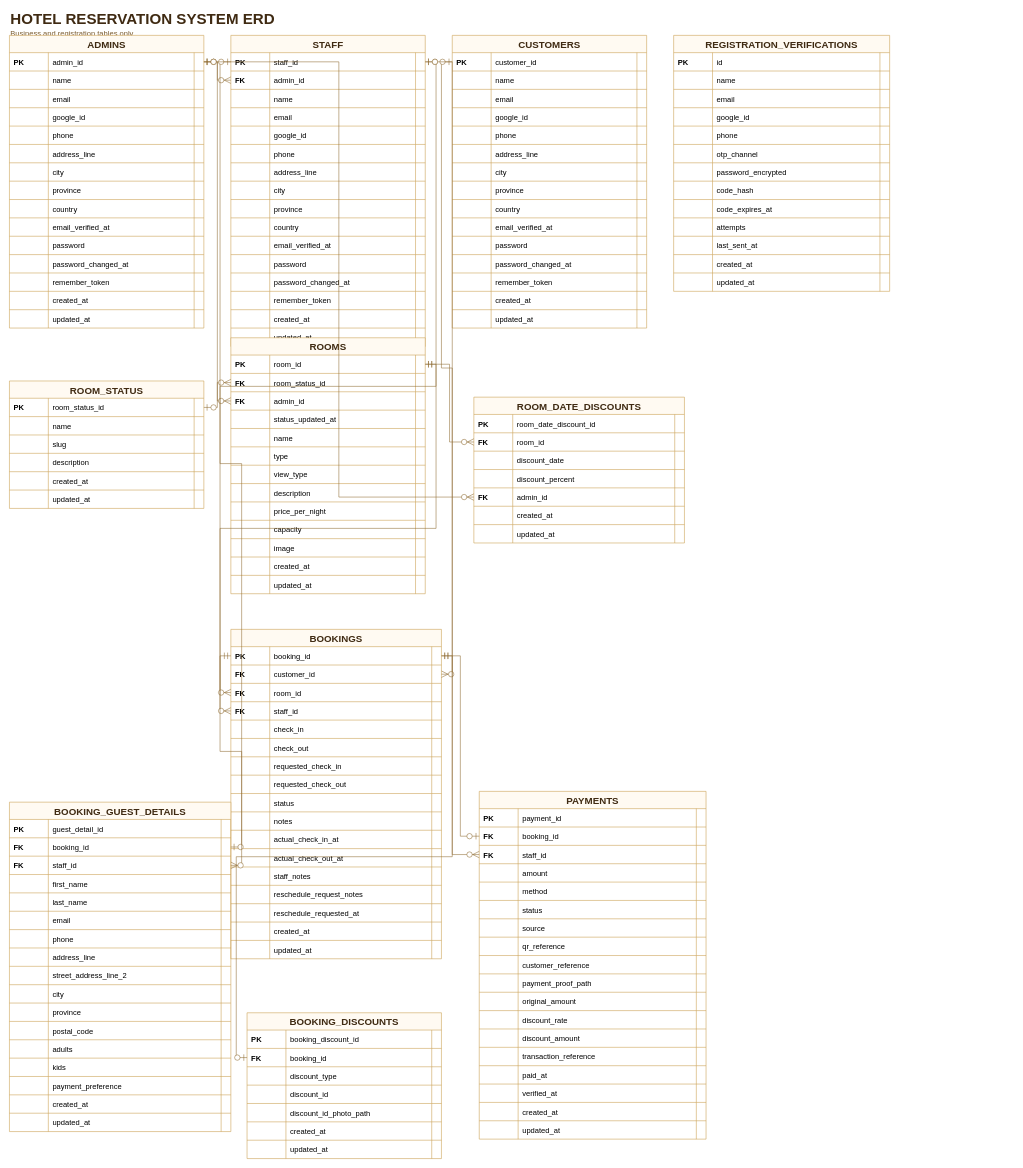
This is erd-f.fixed.drawio from estaypsu-glitch/GrandLionHotel, a draw.io file, before an edit. Source tidied: cells renumbered, new cells numbered last; positions are measured from the earlier drawing's top-left corner, leaving out a move shared by most shapes. Both pictures are drawn from the tidied source at 54%, with x=0, y=0 at pixel (9, 9).
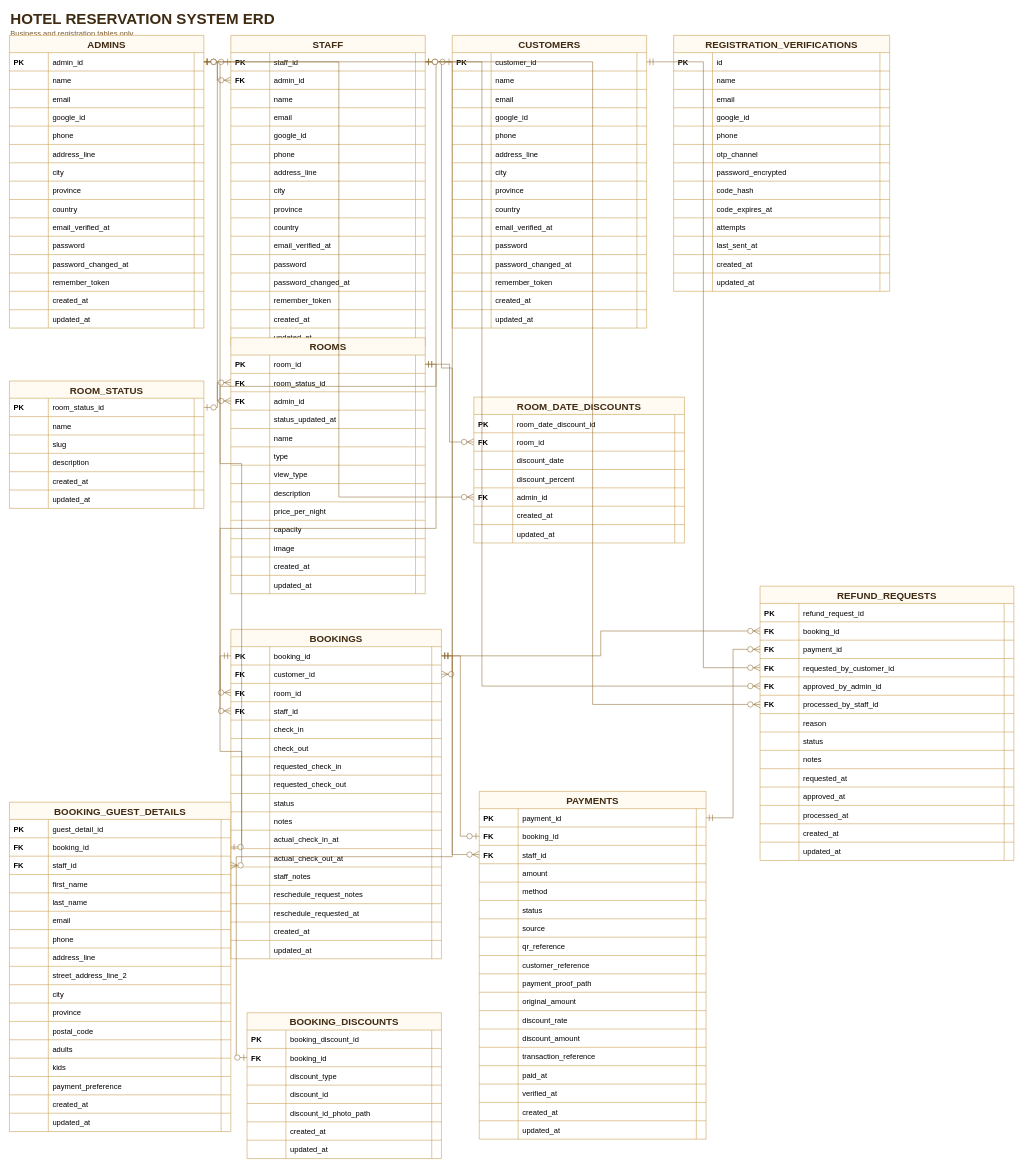
The same page after the edit.

The change refers to these unchanged cells:
```xml
<mxCell id="5" style="shape=tableRow;horizontal=0;startSize=0;swimlaneHead=0;swimlaneBody=0;fillColor=none;points=[[0,0.5],[1,0.5]];portConstraint=eastwest;top=0;left=0;right=0;bottom=0;fontSize=15;" parent="4" vertex="1">
  <mxGeometry y="32" width="360" height="34" as="geometry" />
</mxCell>
<mxCell id="66" style="shape=tableRow;horizontal=0;startSize=0;swimlaneHead=0;swimlaneBody=0;fillColor=none;points=[[0,0.5],[1,0.5]];portConstraint=eastwest;top=0;left=0;right=0;bottom=0;fontSize=15;" parent="65" vertex="1">
  <mxGeometry y="32" width="360" height="34" as="geometry" />
</mxCell>
<mxCell id="131" style="shape=tableRow;horizontal=0;startSize=0;swimlaneHead=0;swimlaneBody=0;fillColor=none;points=[[0,0.5],[1,0.5]];portConstraint=eastwest;top=0;left=0;right=0;bottom=0;fontSize=15;" parent="130" vertex="1">
  <mxGeometry y="32" width="360" height="34" as="geometry" />
</mxCell>
<mxCell id="352" style="shape=tableRow;horizontal=0;startSize=0;swimlaneHead=0;swimlaneBody=0;fillColor=none;points=[[0,0.5],[1,0.5]];portConstraint=eastwest;top=0;left=0;right=0;bottom=0;fontSize=15;" parent="351" vertex="1">
  <mxGeometry y="32" width="390" height="34" as="geometry" />
</mxCell>
<mxCell id="519" style="shape=tableRow;horizontal=0;startSize=0;swimlaneHead=0;swimlaneBody=0;fillColor=none;points=[[0,0.5],[1,0.5]];portConstraint=eastwest;top=0;left=0;right=0;bottom=0;fontSize=15;" parent="518" vertex="1">
  <mxGeometry y="32" width="420" height="34" as="geometry" />
</mxCell>
```

Change to the diagram source:
```diff
@@
+    <mxCell id="604" value="REFUND_REQUESTS" style="shape=table;startSize=32;childLayout=tableLayout;rowLines=1;fontStyle=1;align=center;fillColor=#fffaf2;strokeColor=#c79a4a;fontColor=#3f2a12;fontSize=18;" parent="1" vertex="1">
+      <mxGeometry x="1390" y="1068" width="470" height="508" as="geometry" />
+    </mxCell>
+    <mxCell id="605" style="shape=tableRow;horizontal=0;startSize=0;swimlaneHead=0;swimlaneBody=0;fillColor=none;top=0;left=0;right=0;bottom=0;fontSize=15;" parent="604" vertex="1">
+      <mxGeometry y="32" width="470" height="34" as="geometry" />
+    </mxCell>
+    <mxCell id="606" value="PK" style="shape=partialRectangle;fillColor=none;top=0;left=0;bottom=0;right=0;align=left;spacingLeft=6;overflow=hidden;fontSize=14;fontStyle=1;" parent="605" vertex="1">
+      <mxGeometry width="72" height="34" as="geometry" />
+    </mxCell>
+    <mxCell id="607" value="refund_request_id" style="shape=partialRectangle;fillColor=none;top=0;left=0;bottom=0;right=0;align=left;spacingLeft=6;overflow=hidden;fontSize=14;" parent="605" vertex="1">
+      <mxGeometry x="72" width="380" height="34" as="geometry" />
+    </mxCell>
+    <mxCell id="608" style="shape=partialRectangle;fillColor=none;top=0;left=0;bottom=0;right=0;align=left;spacingLeft=2;overflow=hidden;fontSize=14;" parent="605" vertex="1">
+      <mxGeometry x="452" width="18" height="34" as="geometry" />
+    </mxCell>
+    <mxCell id="609" style="shape=tableRow;horizontal=0;startSize=0;swimlaneHead=0;swimlaneBody=0;fillColor=none;points=[[0,0.5],[1,0.5]];portConstraint=eastwest;top=0;left=0;right=0;bottom=0;fontSize=15;" parent="604" vertex="1">
+      <mxGeometry y="66" width="470" height="34" as="geometry" />
+    </mxCell>
+    <mxCell id="610" value="FK" style="shape=partialRectangle;fillColor=none;top=0;left=0;bottom=0;right=0;align=left;spacingLeft=6;overflow=hidden;fontSize=14;fontStyle=1;" parent="609" vertex="1">
+      <mxGeometry width="72" height="34" as="geometry" />
+    </mxCell>
+    <mxCell id="611" value="booking_id" style="shape=partialRectangle;fillColor=none;top=0;left=0;bottom=0;right=0;align=left;spacingLeft=6;overflow=hidden;fontSize=14;" parent="609" vertex="1">
+      <mxGeometry x="72" width="380" height="34" as="geometry" />
+    </mxCell>
+    <mxCell id="612" style="shape=partialRectangle;fillColor=none;top=0;left=0;bottom=0;right=0;align=left;spacingLeft=2;overflow=hidden;fontSize=14;" parent="609" vertex="1">
+      <mxGeometry x="452" width="18" height="34" as="geometry" />
+    </mxCell>
+    <mxCell id="613" style="shape=tableRow;horizontal=0;startSize=0;swimlaneHead=0;swimlaneBody=0;fillColor=none;points=[[0,0.5],[1,0.5]];portConstraint=eastwest;top=0;left=0;right=0;bottom=0;fontSize=15;" parent="604" vertex="1">
+      <mxGeometry y="100" width="470" height="34" as="geometry" />
+    </mxCell>
+    <mxCell id="614" value="FK" style="shape=partialRectangle;fillColor=none;top=0;left=0;bottom=0;right=0;align=left;spacingLeft=6;overflow=hidden;fontSize=14;fontStyle=1;" parent="613" vertex="1">
+      <mxGeometry width="72" height="34" as="geometry" />
+    </mxCell>
+    <mxCell id="615" value="payment_id" style="shape=partialRectangle;fillColor=none;top=0;left=0;bottom=0;right=0;align=left;spacingLeft=6;overflow=hidden;fontSize=14;" parent="613" vertex="1">
+      <mxGeometry x="72" width="380" height="34" as="geometry" />
+    </mxCell>
+    <mxCell id="616" style="shape=partialRectangle;fillColor=none;top=0;left=0;bottom=0;right=0;align=left;spacingLeft=2;overflow=hidden;fontSize=14;" parent="613" vertex="1">
+      <mxGeometry x="452" width="18" height="34" as="geometry" />
+    </mxCell>
+    <mxCell id="617" style="shape=tableRow;horizontal=0;startSize=0;swimlaneHead=0;swimlaneBody=0;fillColor=none;points=[[0,0.5],[1,0.5]];portConstraint=eastwest;top=0;left=0;right=0;bottom=0;fontSize=15;" parent="604" vertex="1">
+      <mxGeometry y="134" width="470" height="34" as="geometry" />
+    </mxCell>
+    <mxCell id="618" value="FK" style="shape=partialRectangle;fillColor=none;top=0;left=0;bottom=0;right=0;align=left;spacingLeft=6;overflow=hidden;fontSize=14;fontStyle=1;" parent="617" vertex="1">
+      <mxGeometry width="72" height="34" as="geometry" />
+    </mxCell>
+    <mxCell id="619" value="requested_by_customer_id" style="shape=partialRectangle;fillColor=none;top=0;left=0;bottom=0;right=0;align=left;spacingLeft=6;overflow=hidden;fontSize=14;" parent="617" vertex="1">
+      <mxGeometry x="72" width="380" height="34" as="geometry" />
+    </mxCell>
+    <mxCell id="620" style="shape=partialRectangle;fillColor=none;top=0;left=0;bottom=0;right=0;align=left;spacingLeft=2;overflow=hidden;fontSize=14;" parent="617" vertex="1">
+      <mxGeometry x="452" width="18" height="34" as="geometry" />
+    </mxCell>
+    <mxCell id="621" style="shape=tableRow;horizontal=0;startSize=0;swimlaneHead=0;swimlaneBody=0;fillColor=none;points=[[0,0.5],[1,0.5]];portConstraint=eastwest;top=0;left=0;right=0;bottom=0;fontSize=15;" parent="604" vertex="1">
+      <mxGeometry y="168" width="470" height="34" as="geometry" />
+    </mxCell>
+    <mxCell id="622" value="FK" style="shape=partialRectangle;fillColor=none;top=0;left=0;bottom=0;right=0;align=left;spacingLeft=6;overflow=hidden;fontSize=14;fontStyle=1;" parent="621" vertex="1">
+      <mxGeometry width="72" height="34" as="geometry" />
+    </mxCell>
+    <mxCell id="623" value="approved_by_admin_id" style="shape=partialRectangle;fillColor=none;top=0;left=0;bottom=0;right=0;align=left;spacingLeft=6;overflow=hidden;fontSize=14;" parent="621" vertex="1">
+      <mxGeometry x="72" width="380" height="34" as="geometry" />
+    </mxCell>
+    <mxCell id="624" style="shape=partialRectangle;fillColor=none;top=0;left=0;bottom=0;right=0;align=left;spacingLeft=2;overflow=hidden;fontSize=14;" parent="621" vertex="1">
+      <mxGeometry x="452" width="18" height="34" as="geometry" />
+    </mxCell>
+    <mxCell id="625" style="shape=tableRow;horizontal=0;startSize=0;swimlaneHead=0;swimlaneBody=0;fillColor=none;points=[[0,0.5],[1,0.5]];portConstraint=eastwest;top=0;left=0;right=0;bottom=0;fontSize=15;" parent="604" vertex="1">
+      <mxGeometry y="202" width="470" height="34" as="geometry" />
+    </mxCell>
+    <mxCell id="626" value="FK" style="shape=partialRectangle;fillColor=none;top=0;left=0;bottom=0;right=0;align=left;spacingLeft=6;overflow=hidden;fontSize=14;fontStyle=1;" parent="625" vertex="1">
+      <mxGeometry width="72" height="34" as="geometry" />
+    </mxCell>
+    <mxCell id="627" value="processed_by_staff_id" style="shape=partialRectangle;fillColor=none;top=0;left=0;bottom=0;right=0;align=left;spacingLeft=6;overflow=hidden;fontSize=14;" parent="625" vertex="1">
+      <mxGeometry x="72" width="380" height="34" as="geometry" />
+    </mxCell>
+    <mxCell id="628" style="shape=partialRectangle;fillColor=none;top=0;left=0;bottom=0;right=0;align=left;spacingLeft=2;overflow=hidden;fontSize=14;" parent="625" vertex="1">
+      <mxGeometry x="452" width="18" height="34" as="geometry" />
+    </mxCell>
+    <mxCell id="629" style="shape=tableRow;horizontal=0;startSize=0;swimlaneHead=0;swimlaneBody=0;fillColor=none;top=0;left=0;right=0;bottom=0;fontSize=15;" parent="604" vertex="1">
+      <mxGeometry y="236" width="470" height="34" as="geometry" />
+    </mxCell>
+    <mxCell id="630" style="shape=partialRectangle;fillColor=none;top=0;left=0;bottom=0;right=0;align=left;spacingLeft=6;overflow=hidden;fontSize=14;fontStyle=1;" parent="629" vertex="1">
+      <mxGeometry width="72" height="34" as="geometry" />
+    </mxCell>
+    <mxCell id="631" value="reason" style="shape=partialRectangle;fillColor=none;top=0;left=0;bottom=0;right=0;align=left;spacingLeft=6;overflow=hidden;fontSize=14;" parent="629" vertex="1">
+      <mxGeometry x="72" width="380" height="34" as="geometry" />
+    </mxCell>
+    <mxCell id="632" style="shape=partialRectangle;fillColor=none;top=0;left=0;bottom=0;right=0;align=left;spacingLeft=2;overflow=hidden;fontSize=14;" parent="629" vertex="1">
+      <mxGeometry x="452" width="18" height="34" as="geometry" />
+    </mxCell>
+    <mxCell id="633" style="shape=tableRow;horizontal=0;startSize=0;swimlaneHead=0;swimlaneBody=0;fillColor=none;top=0;left=0;right=0;bottom=0;fontSize=15;" parent="604" vertex="1">
+      <mxGeometry y="270" width="470" height="34" as="geometry" />
+    </mxCell>
+    <mxCell id="634" style="shape=partialRectangle;fillColor=none;top=0;left=0;bottom=0;right=0;align=left;spacingLeft=6;overflow=hidden;fontSize=14;fontStyle=1;" parent="633" vertex="1">
+      <mxGeometry width="72" height="34" as="geometry" />
+    </mxCell>
+    <mxCell id="635" value="status" style="shape=partialRectangle;fillColor=none;top=0;left=0;bottom=0;right=0;align=left;spacingLeft=6;overflow=hidden;fontSize=14;" parent="633" vertex="1">
+      <mxGeometry x="72" width="380" height="34" as="geometry" />
+    </mxCell>
+    <mxCell id="636" style="shape=partialRectangle;fillColor=none;top=0;left=0;bottom=0;right=0;align=left;spacingLeft=2;overflow=hidden;fontSize=14;" parent="633" vertex="1">
+      <mxGeometry x="452" width="18" height="34" as="geometry" />
+    </mxCell>
+    <mxCell id="637" style="shape=tableRow;horizontal=0;startSize=0;swimlaneHead=0;swimlaneBody=0;fillColor=none;top=0;left=0;right=0;bottom=0;fontSize=15;" parent="604" vertex="1">
+      <mxGeometry y="304" width="470" height="34" as="geometry" />
+    </mxCell>
+    <mxCell id="638" style="shape=partialRectangle;fillColor=none;top=0;left=0;bottom=0;right=0;align=left;spacingLeft=6;overflow=hidden;fontSize=14;fontStyle=1;" parent="637" vertex="1">
+      <mxGeometry width="72" height="34" as="geometry" />
+    </mxCell>
+    <mxCell id="639" value="notes" style="shape=partialRectangle;fillColor=none;top=0;left=0;bottom=0;right=0;align=left;spacingLeft=6;overflow=hidden;fontSize=14;" parent="637" vertex="1">
+      <mxGeometry x="72" width="380" height="34" as="geometry" />
+    </mxCell>
+    <mxCell id="640" style="shape=partialRectangle;fillColor=none;top=0;left=0;bottom=0;right=0;align=left;spacingLeft=2;overflow=hidden;fontSize=14;" parent="637" vertex="1">
+      <mxGeometry x="452" width="18" height="34" as="geometry" />
+    </mxCell>
+    <mxCell id="641" style="shape=tableRow;horizontal=0;startSize=0;swimlaneHead=0;swimlaneBody=0;fillColor=none;top=0;left=0;right=0;bottom=0;fontSize=15;" parent="604" vertex="1">
+      <mxGeometry y="338" width="470" height="34" as="geometry" />
+    </mxCell>
+    <mxCell id="642" style="shape=partialRectangle;fillColor=none;top=0;left=0;bottom=0;right=0;align=left;spacingLeft=6;overflow=hidden;fontSize=14;fontStyle=1;" parent="641" vertex="1">
+      <mxGeometry width="72" height="34" as="geometry" />
+    </mxCell>
+    <mxCell id="643" value="requested_at" style="shape=partialRectangle;fillColor=none;top=0;left=0;bottom=0;right=0;align=left;spacingLeft=6;overflow=hidden;fontSize=14;" parent="641" vertex="1">
+      <mxGeometry x="72" width="380" height="34" as="geometry" />
+    </mxCell>
+    <mxCell id="644" style="shape=partialRectangle;fillColor=none;top=0;left=0;bottom=0;right=0;align=left;spacingLeft=2;overflow=hidden;fontSize=14;" parent="641" vertex="1">
+      <mxGeometry x="452" width="18" height="34" as="geometry" />
+    </mxCell>
+    <mxCell id="645" style="shape=tableRow;horizontal=0;startSize=0;swimlaneHead=0;swimlaneBody=0;fillColor=none;top=0;left=0;right=0;bottom=0;fontSize=15;" parent="604" vertex="1">
+      <mxGeometry y="372" width="470" height="34" as="geometry" />
+    </mxCell>
+    <mxCell id="646" style="shape=partialRectangle;fillColor=none;top=0;left=0;bottom=0;right=0;align=left;spacingLeft=6;overflow=hidden;fontSize=14;fontStyle=1;" parent="645" vertex="1">
+      <mxGeometry width="72" height="34" as="geometry" />
+    </mxCell>
+    <mxCell id="647" value="approved_at" style="shape=partialRectangle;fillColor=none;top=0;left=0;bottom=0;right=0;align=left;spacingLeft=6;overflow=hidden;fontSize=14;" parent="645" vertex="1">
+      <mxGeometry x="72" width="380" height="34" as="geometry" />
+    </mxCell>
+    <mxCell id="648" style="shape=partialRectangle;fillColor=none;top=0;left=0;bottom=0;right=0;align=left;spacingLeft=2;overflow=hidden;fontSize=14;" parent="645" vertex="1">
+      <mxGeometry x="452" width="18" height="34" as="geometry" />
+    </mxCell>
+    <mxCell id="649" style="shape=tableRow;horizontal=0;startSize=0;swimlaneHead=0;swimlaneBody=0;fillColor=none;top=0;left=0;right=0;bottom=0;fontSize=15;" parent="604" vertex="1">
+      <mxGeometry y="406" width="470" height="34" as="geometry" />
+    </mxCell>
+    <mxCell id="650" style="shape=partialRectangle;fillColor=none;top=0;left=0;bottom=0;right=0;align=left;spacingLeft=6;overflow=hidden;fontSize=14;fontStyle=1;" parent="649" vertex="1">
+      <mxGeometry width="72" height="34" as="geometry" />
+    </mxCell>
+    <mxCell id="651" value="processed_at" style="shape=partialRectangle;fillColor=none;top=0;left=0;bottom=0;right=0;align=left;spacingLeft=6;overflow=hidden;fontSize=14;" parent="649" vertex="1">
+      <mxGeometry x="72" width="380" height="34" as="geometry" />
+    </mxCell>
+    <mxCell id="652" style="shape=partialRectangle;fillColor=none;top=0;left=0;bottom=0;right=0;align=left;spacingLeft=2;overflow=hidden;fontSize=14;" parent="649" vertex="1">
+      <mxGeometry x="452" width="18" height="34" as="geometry" />
+    </mxCell>
+    <mxCell id="653" style="shape=tableRow;horizontal=0;startSize=0;swimlaneHead=0;swimlaneBody=0;fillColor=none;top=0;left=0;right=0;bottom=0;fontSize=15;" parent="604" vertex="1">
+      <mxGeometry y="440" width="470" height="34" as="geometry" />
+    </mxCell>
+    <mxCell id="654" style="shape=partialRectangle;fillColor=none;top=0;left=0;bottom=0;right=0;align=left;spacingLeft=6;overflow=hidden;fontSize=14;fontStyle=1;" parent="653" vertex="1">
+      <mxGeometry width="72" height="34" as="geometry" />
+    </mxCell>
+    <mxCell id="655" value="created_at" style="shape=partialRectangle;fillColor=none;top=0;left=0;bottom=0;right=0;align=left;spacingLeft=6;overflow=hidden;fontSize=14;" parent="653" vertex="1">
+      <mxGeometry x="72" width="380" height="34" as="geometry" />
+    </mxCell>
+    <mxCell id="656" style="shape=partialRectangle;fillColor=none;top=0;left=0;bottom=0;right=0;align=left;spacingLeft=2;overflow=hidden;fontSize=14;" parent="653" vertex="1">
+      <mxGeometry x="452" width="18" height="34" as="geometry" />
+    </mxCell>
+    <mxCell id="657" style="shape=tableRow;horizontal=0;startSize=0;swimlaneHead=0;swimlaneBody=0;fillColor=none;top=0;left=0;right=0;bottom=0;fontSize=15;" parent="604" vertex="1">
+      <mxGeometry y="474" width="470" height="34" as="geometry" />
+    </mxCell>
+    <mxCell id="658" style="shape=partialRectangle;fillColor=none;top=0;left=0;bottom=0;right=0;align=left;spacingLeft=6;overflow=hidden;fontSize=14;fontStyle=1;" parent="657" vertex="1">
+      <mxGeometry width="72" height="34" as="geometry" />
+    </mxCell>
+    <mxCell id="659" value="updated_at" style="shape=partialRectangle;fillColor=none;top=0;left=0;bottom=0;right=0;align=left;spacingLeft=6;overflow=hidden;fontSize=14;" parent="657" vertex="1">
+      <mxGeometry x="72" width="380" height="34" as="geometry" />
+    </mxCell>
+    <mxCell id="660" style="shape=partialRectangle;fillColor=none;top=0;left=0;bottom=0;right=0;align=left;spacingLeft=2;overflow=hidden;fontSize=14;" parent="657" vertex="1">
+      <mxGeometry x="452" width="18" height="34" as="geometry" />
+    </mxCell>
+    <mxCell id="661" style="startArrow=ERmandOne;startSize=10;endArrow=ERzeroToMany;endSize=10;rounded=0;jettySize=auto;html=1;edgeStyle=orthogonalEdgeStyle;strokeColor=#8d6a31;" parent="1" edge="1" source="352" target="609">
+      <mxGeometry relative="1" as="geometry" />
+    </mxCell>
+    <mxCell id="662" style="startArrow=ERmandOne;startSize=10;endArrow=ERzeroToMany;endSize=10;rounded=0;jettySize=auto;html=1;edgeStyle=orthogonalEdgeStyle;strokeColor=#8d6a31;" parent="1" edge="1" source="519" target="613">
+      <mxGeometry relative="1" as="geometry" />
+    </mxCell>
+    <mxCell id="663" style="startArrow=ERmandOne;startSize=10;endArrow=ERzeroToMany;endSize=10;rounded=0;jettySize=auto;html=1;edgeStyle=orthogonalEdgeStyle;strokeColor=#8d6a31;" parent="1" edge="1" source="131" target="617">
+      <mxGeometry relative="1" as="geometry" />
+    </mxCell>
+    <mxCell id="664" style="startArrow=ERzeroToOne;startSize=10;endArrow=ERzeroToMany;endSize=10;rounded=0;jettySize=auto;html=1;edgeStyle=orthogonalEdgeStyle;strokeColor=#8d6a31;" parent="1" edge="1" source="5" target="621">
+      <mxGeometry relative="1" as="geometry" />
+    </mxCell>
+    <mxCell id="665" style="startArrow=ERzeroToOne;startSize=10;endArrow=ERzeroToMany;endSize=10;rounded=0;jettySize=auto;html=1;edgeStyle=orthogonalEdgeStyle;strokeColor=#8d6a31;" parent="1" edge="1" source="66" target="625">
+      <mxGeometry relative="1" as="geometry" />
+    </mxCell>
```
